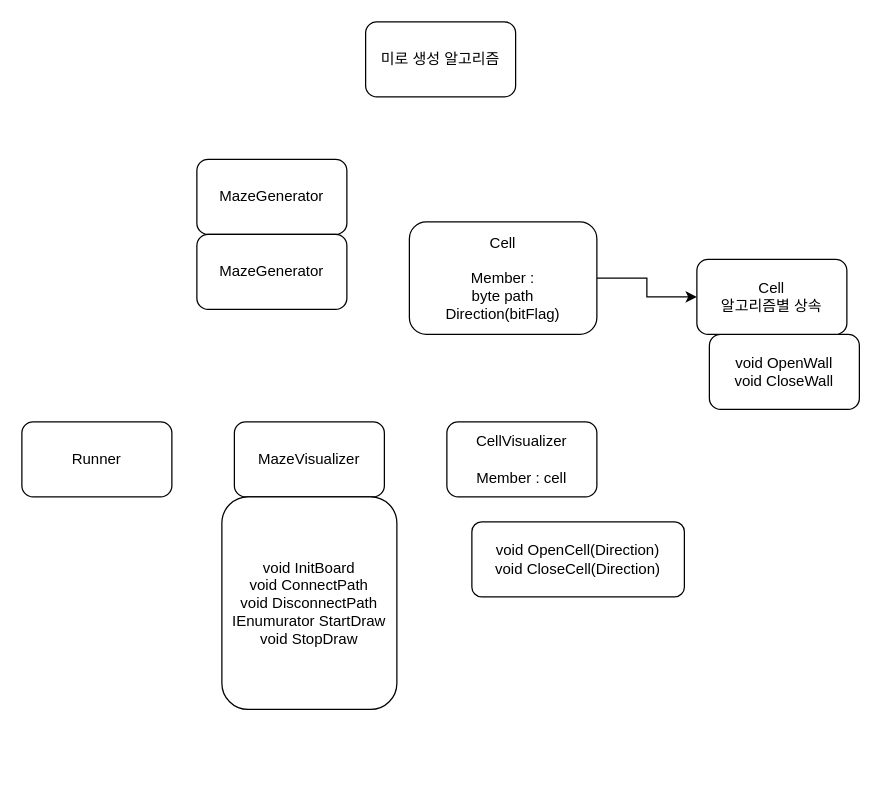
This is 다이어그램/미로생성 알고리즘.drawio from steelfs/JY, a draw.io file, before an edit. Source tidied: cells renumbered, new cells numbered last; positions are measured from the earlier drawing's top-left corner, leaving out a move shared by most shapes. Both pictures are drawn from the tidied source at 125%, with x=0, y=0 at pixel (21, 21).
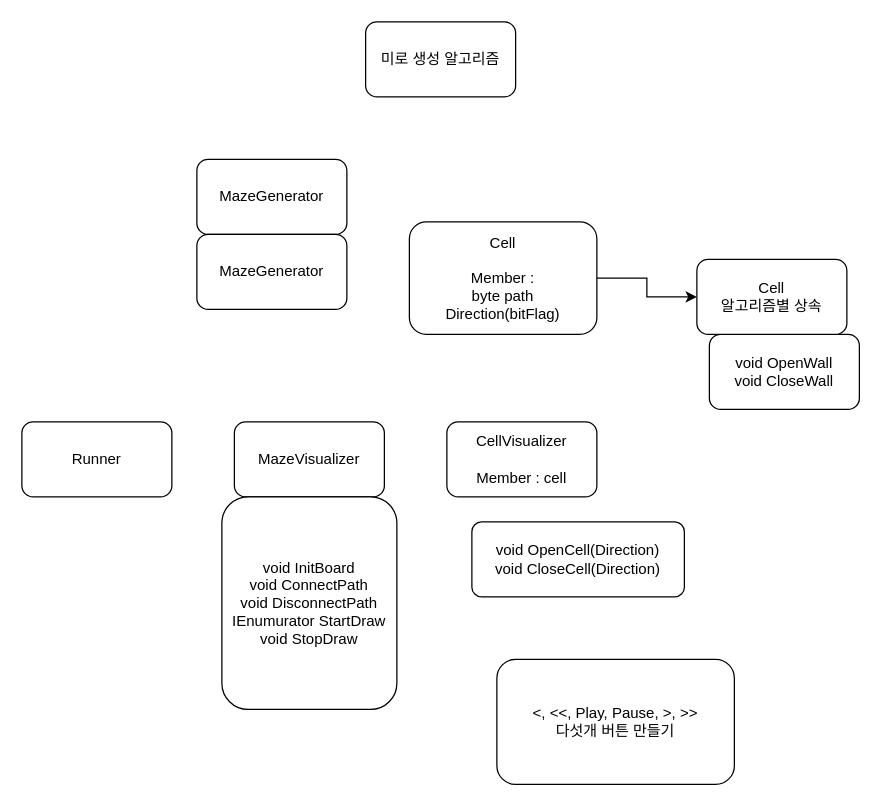
After the change.

What changed in the source:
```diff
@@
 <mxGraphModel>
   <root>
     <mxCell id="0" />
     <mxCell id="1" parent="0" />
     <mxCell id="2" value="미로 생성 알고리즘" style="rounded=1;whiteSpace=wrap;html=1;" parent="1" vertex="1">
       <mxGeometry x="275" width="120" height="60" as="geometry" />
     </mxCell>
     <mxCell id="3" value="MazeGenerator" style="rounded=1;whiteSpace=wrap;html=1;" parent="1" vertex="1">
       <mxGeometry x="140" y="110" width="120" height="60" as="geometry" />
     </mxCell>
     <mxCell id="4" style="edgeStyle=orthogonalEdgeStyle;rounded=0;jettySize=auto;html=1;" parent="1" edge="1" source="5" target="9">
       <mxGeometry relative="1" as="geometry" />
     </mxCell>
     <mxCell id="5" value="Cell&lt;br&gt;&lt;br&gt;Member :&lt;br&gt;byte path&lt;br&gt;Direction(bitFlag)" style="rounded=1;whiteSpace=wrap;html=1;" parent="1" vertex="1">
       <mxGeometry x="310" y="160" width="150" height="90" as="geometry" />
     </mxCell>
     <mxCell id="6" value="MazeVisualizer" style="rounded=1;whiteSpace=wrap;html=1;" parent="1" vertex="1">
       <mxGeometry x="170" y="320" width="120" height="60" as="geometry" />
     </mxCell>
     <mxCell id="7" value="CellVisualizer&lt;br&gt;&lt;br&gt;Member : cell" style="rounded=1;whiteSpace=wrap;html=1;" parent="1" vertex="1">
       <mxGeometry x="340" y="320" width="120" height="60" as="geometry" />
     </mxCell>
     <mxCell id="8" value="void OpenWall&lt;br&gt;void CloseWall" style="rounded=1;whiteSpace=wrap;html=1;" parent="1" vertex="1">
       <mxGeometry x="550" y="250" width="120" height="60" as="geometry" />
     </mxCell>
     <mxCell id="9" value="Cell&lt;br&gt;알고리즘별 상속" style="rounded=1;whiteSpace=wrap;html=1;" parent="1" vertex="1">
       <mxGeometry x="540" y="190" width="120" height="60" as="geometry" />
     </mxCell>
     <mxCell id="10" value="void OpenCell(Direction)&lt;br&gt;void CloseCell(Direction)" style="rounded=1;whiteSpace=wrap;html=1;arcSize=13;" parent="1" vertex="1">
       <mxGeometry x="360" y="400" width="170" height="60" as="geometry" />
     </mxCell>
     <mxCell id="11" value="Runner" style="rounded=1;whiteSpace=wrap;html=1;" parent="1" vertex="1">
       <mxGeometry y="320" width="120" height="60" as="geometry" />
     </mxCell>
     <mxCell id="12" value="void InitBoard&lt;br&gt;void ConnectPath&lt;br&gt;void DisconnectPath&lt;br&gt;IEnumurator StartDraw&lt;br&gt;void StopDraw" style="rounded=1;whiteSpace=wrap;html=1;" parent="1" vertex="1">
       <mxGeometry x="160" y="380" width="140" height="170" as="geometry" />
     </mxCell>
     <mxCell id="13" value="MazeGenerator" style="rounded=1;whiteSpace=wrap;html=1;" parent="1" vertex="1">
       <mxGeometry x="140" y="170" width="120" height="60" as="geometry" />
     </mxCell>
+    <mxCell id="14" value="&amp;lt;, &amp;lt;&amp;lt;, Play, Pause, &amp;gt;, &amp;gt;&amp;gt;&lt;br&gt;다섯개 버튼 만들기" style="rounded=1;whiteSpace=wrap;html=1;" parent="1" vertex="1">
+      <mxGeometry x="380" y="510" width="190" height="100" as="geometry" />
+    </mxCell>
   </root>
 </mxGraphModel>
```
